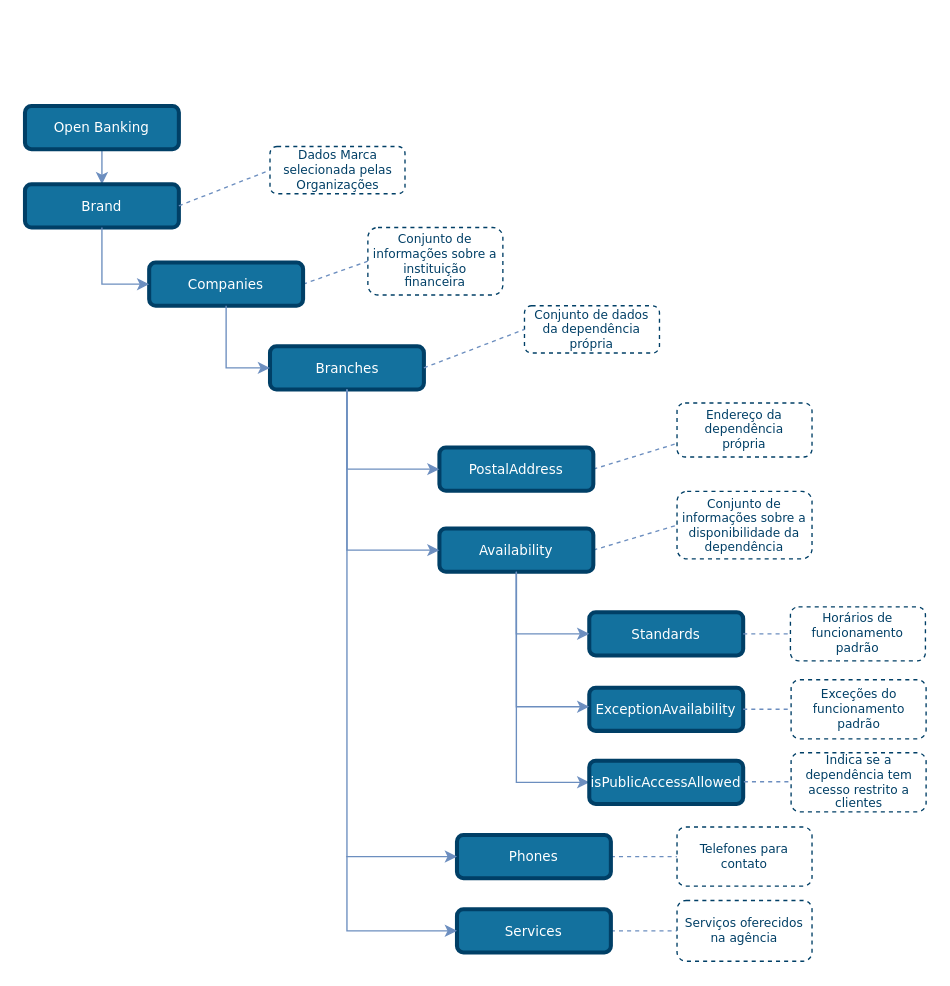
OpenBanking-Brasil/areadesenvolvedor keeps this draw.io diagram as draw_io_diagrams/TLD_Branches_v1.drawio. Above is the earlier version. Source tidied: cells renumbered, new cells numbered last; positions are measured from the earlier drawing's top-left corner, leaving out a move shared by most shapes. Both pictures are drawn from the tidied source at 135%, with x=0, y=0 at pixel (24, 105).
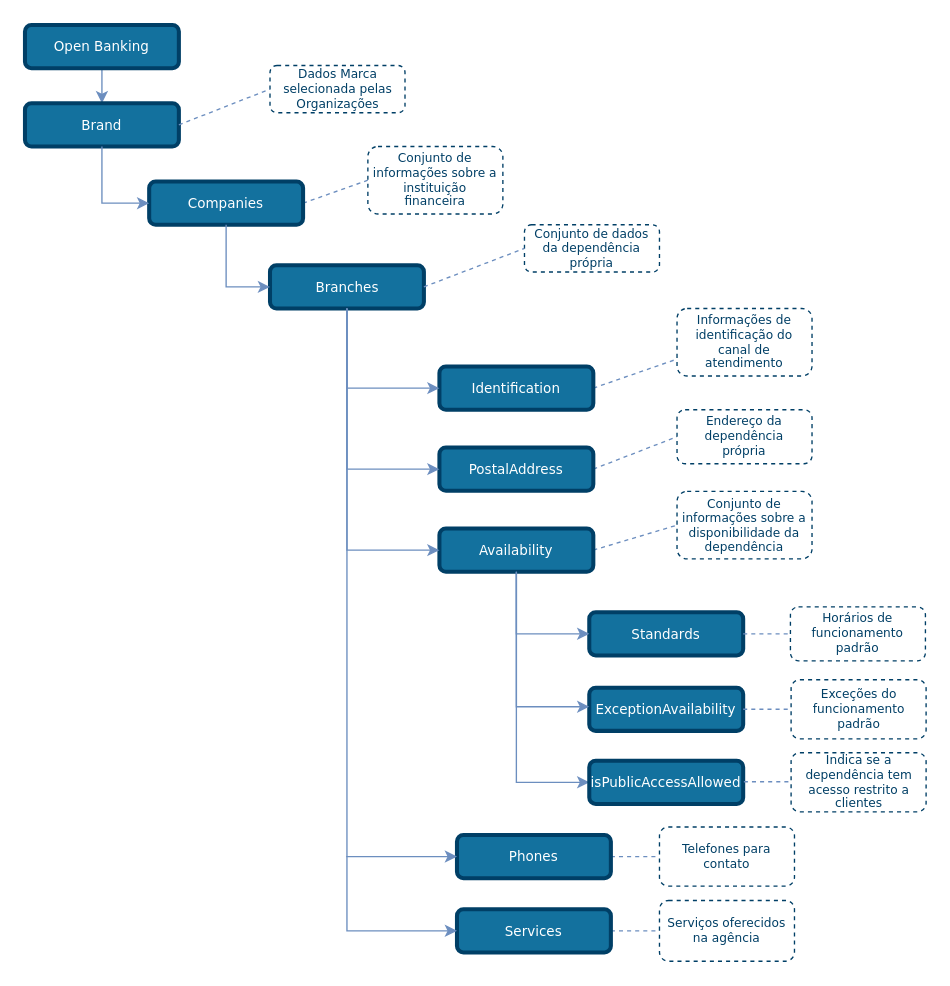
The same diagram, later.

Commit message (it also covers changes not shown here):
FEBRABANSD-312 - Branches - Update diagram

Unchanged cells that the change refers to:
```xml
<mxCell id="14" value="PostalAddress" style="rounded=1;comic=0;shadow=0;backgroundOutline=0;snapToPoint=0;fixDash=0;strokeWidth=3;fontFamily=Verdana;fontStyle=0;labelBorderColor=none;labelBackgroundColor=none;whiteSpace=wrap;html=1;fontSize=10;fillColor=#13719E;strokeColor=#003F66;fontColor=#ffffff;" parent="1" vertex="1">
  <mxGeometry x="307" y="253" width="114" height="32" as="geometry" />
</mxCell>
```

The edit, as a diff of the source:
```diff
@@
     <mxCell id="2" style="edgeStyle=orthogonalEdgeStyle;rounded=0;jettySize=auto;html=1;exitX=0.5;exitY=1;exitDx=0;exitDy=0;entryX=0.5;entryY=0;entryDx=0;entryDy=0;endSize=6;fillColor=#dae8fc;strokeColor=#6c8ebf;comic=0;shadow=0;backgroundOutline=0;snapToPoint=0;fixDash=0;endArrow=classic;endFill=1;" parent="1" edge="1" source="3" target="26">
       <mxGeometry relative="1" as="geometry">
         <Array as="points">
-          <mxPoint x="57" y="30" />
-          <mxPoint x="57" y="55" />
+          <mxPoint x="57" y="-30" />
+          <mxPoint x="57" y="-5" />
         </Array>
       </mxGeometry>
     </mxCell>
     <mxCell id="3" value="Open Banking" style="rounded=1;whiteSpace=wrap;html=1;comic=0;shadow=0;backgroundOutline=0;snapToPoint=0;fixDash=0;strokeWidth=3;fontFamily=Verdana;fontStyle=0;labelBackgroundColor=none;labelBorderColor=none;fontSize=10;fillColor=#13719E;strokeColor=#003F66;fontColor=#ffffff;" parent="1" vertex="1">
-      <mxGeometry width="114" height="32" as="geometry" />
+      <mxGeometry y="-60" width="114" height="32" as="geometry" />
     </mxCell>
@@
     <mxCell id="7" value="&lt;font style=&quot;font-size: 9px&quot;&gt;Conjunto de informações sobre a instituição financeira&lt;/font&gt;" style="rounded=1;whiteSpace=wrap;html=1;shadow=0;comic=0;strokeColor=#003F66;strokeWidth=1;fillColor=#ffffff;gradientColor=#ffffff;fontFamily=Verdana;fontSize=9;fontColor=#003F66;dashed=1;spacingLeft=5;spacing=0;spacingRight=5;spacingBottom=5;spacingTop=5;align=center;verticalAlign=middle;" parent="1" vertex="1">
-      <mxGeometry x="254" y="90" width="100" height="50" as="geometry" />
+      <mxGeometry x="254" y="30" width="100" height="50" as="geometry" />
     </mxCell>
     <mxCell id="8" value="Branches" style="rounded=1;whiteSpace=wrap;html=1;comic=0;shadow=0;backgroundOutline=0;snapToPoint=0;fixDash=0;strokeWidth=3;fontFamily=Verdana;fontStyle=0;labelBackgroundColor=none;labelBorderColor=none;fontSize=10;fillColor=#13719E;strokeColor=#003F66;fontColor=#ffffff;" parent="1" vertex="1">
-      <mxGeometry x="181.5" y="178" width="114" height="32" as="geometry" />
+      <mxGeometry x="181.5" y="118" width="114" height="32" as="geometry" />
     </mxCell>
     <mxCell id="9" value="Companies" style="rounded=1;whiteSpace=wrap;html=1;comic=0;shadow=0;backgroundOutline=0;snapToPoint=0;fixDash=0;strokeWidth=3;fontFamily=Verdana;fontStyle=0;labelBackgroundColor=none;labelBorderColor=none;fontSize=10;fillColor=#13719E;strokeColor=#003F66;fontColor=#ffffff;" parent="1" vertex="1">
-      <mxGeometry x="92" y="116" width="114" height="32" as="geometry" />
+      <mxGeometry x="92" y="56" width="114" height="32" as="geometry" />
     </mxCell>
@@
-    <mxCell id="13" style="rounded=1;jettySize=auto;html=1;exitX=1;exitY=0.5;exitDx=0;exitDy=0;entryX=0;entryY=0.75;entryDx=0;entryDy=0;endArrow=none;endFill=0;endSize=6;strokeColor=#6C8EBF;dashed=1;" parent="1" edge="1" source="14" target="15">
+    <mxCell id="13" style="rounded=1;jettySize=auto;html=1;exitX=1;exitY=0.5;exitDx=0;exitDy=0;entryX=0;entryY=0.5;entryDx=0;entryDy=0;endArrow=none;endFill=0;endSize=6;strokeColor=#6C8EBF;dashed=1;" parent="1" edge="1" source="14" target="15">
       <mxGeometry relative="1" as="geometry" />
     </mxCell>
@@
     <mxCell id="15" value="&lt;font style=&quot;font-size: 9px&quot;&gt;Endereço&lt;/font&gt;&amp;nbsp;da dependência própria" style="rounded=1;whiteSpace=wrap;html=1;shadow=0;comic=0;strokeColor=#003F66;strokeWidth=1;fillColor=#ffffff;gradientColor=#ffffff;fontFamily=Verdana;fontSize=9;fontColor=#003F66;dashed=1;spacingLeft=5;spacing=0;spacingRight=5;spacingBottom=5;spacingTop=5;align=center;verticalAlign=middle;" parent="1" vertex="1">
-      <mxGeometry x="483" y="220" width="100" height="40" as="geometry" />
+      <mxGeometry x="483" y="225" width="100" height="40" as="geometry" />
     </mxCell>
@@
     <mxCell id="17" value="&lt;font style=&quot;font-size: 9px&quot;&gt;Serviços oferecidos na agência&lt;/font&gt;" style="rounded=1;whiteSpace=wrap;html=1;shadow=0;comic=0;strokeColor=#003F66;strokeWidth=1;fillColor=#ffffff;gradientColor=#ffffff;fontFamily=Verdana;fontSize=9;fontColor=#003F66;dashed=1;spacingLeft=5;spacing=0;spacingRight=5;spacingBottom=5;spacingTop=5;align=center;verticalAlign=middle;" parent="1" vertex="1">
-      <mxGeometry x="483" y="588.5" width="100" height="45" as="geometry" />
+      <mxGeometry x="470" y="588.5" width="100" height="45" as="geometry" />
     </mxCell>
@@
     <mxCell id="24" value="Telefones para contato" style="rounded=1;whiteSpace=wrap;html=1;shadow=0;comic=0;strokeColor=#003F66;strokeWidth=1;fillColor=#ffffff;gradientColor=#ffffff;fontFamily=Verdana;fontSize=9;fontColor=#003F66;dashed=1;spacingLeft=5;spacing=0;spacingRight=5;spacingBottom=5;spacingTop=5;align=center;verticalAlign=middle;" parent="1" vertex="1">
-      <mxGeometry x="483" y="534.1" width="100" height="43.8" as="geometry" />
+      <mxGeometry x="470" y="534.1" width="100" height="43.8" as="geometry" />
     </mxCell>
@@
     <mxCell id="26" value="Brand" style="rounded=1;whiteSpace=wrap;html=1;comic=0;shadow=0;backgroundOutline=0;snapToPoint=0;fixDash=0;strokeWidth=3;fontFamily=Verdana;fontStyle=0;labelBackgroundColor=none;labelBorderColor=none;fontSize=10;fillColor=#13719E;strokeColor=#003F66;fontColor=#ffffff;" parent="1" vertex="1">
-      <mxGeometry y="58" width="114" height="32" as="geometry" />
+      <mxGeometry y="-2" width="114" height="32" as="geometry" />
     </mxCell>
     <mxCell id="27" value="Dados Marca selecionada pelas Organizações" style="rounded=1;whiteSpace=wrap;html=1;shadow=0;comic=0;strokeColor=#003F66;strokeWidth=1;fillColor=#ffffff;gradientColor=#ffffff;fontFamily=Verdana;fontSize=9;fontColor=#003F66;dashed=1;spacingLeft=5;spacing=0;spacingRight=5;spacingBottom=5;spacingTop=5;align=center;verticalAlign=middle;" parent="1" vertex="1">
-      <mxGeometry x="181.5" y="30" width="100" height="35" as="geometry" />
+      <mxGeometry x="181.5" y="-30" width="100" height="35" as="geometry" />
     </mxCell>
@@
     <mxCell id="36" value="&lt;font style=&quot;font-size: 9px&quot;&gt;Conjunto de dados da dependência própria&lt;/font&gt;" style="rounded=1;whiteSpace=wrap;html=1;shadow=0;comic=0;strokeColor=#003F66;strokeWidth=1;fillColor=#ffffff;gradientColor=#ffffff;fontFamily=Verdana;fontSize=9;fontColor=#003F66;dashed=1;spacingLeft=5;spacing=0;spacingRight=5;spacingBottom=5;spacingTop=5;align=center;verticalAlign=middle;" parent="1" vertex="1">
-      <mxGeometry x="370" y="148" width="100" height="35" as="geometry" />
+      <mxGeometry x="370" y="88" width="100" height="35" as="geometry" />
     </mxCell>
@@
+    <mxCell id="43" style="rounded=1;jettySize=auto;html=1;exitX=1;exitY=0.5;exitDx=0;exitDy=0;entryX=0;entryY=0.75;entryDx=0;entryDy=0;endArrow=none;endFill=0;endSize=6;strokeColor=#6C8EBF;dashed=1;" parent="1" edge="1" source="44" target="45">
+      <mxGeometry relative="1" as="geometry" />
+    </mxCell>
+    <mxCell id="44" value="Identification" style="rounded=1;comic=0;shadow=0;backgroundOutline=0;snapToPoint=0;fixDash=0;strokeWidth=3;fontFamily=Verdana;fontStyle=0;labelBorderColor=none;labelBackgroundColor=none;whiteSpace=wrap;html=1;fontSize=10;fillColor=#13719E;strokeColor=#003F66;fontColor=#ffffff;" parent="1" vertex="1">
+      <mxGeometry x="307" y="193" width="114" height="32" as="geometry" />
+    </mxCell>
+    <mxCell id="45" value="Informações de identificação do canal de atendimento" style="rounded=1;whiteSpace=wrap;html=1;shadow=0;comic=0;strokeColor=#003F66;strokeWidth=1;fillColor=#ffffff;gradientColor=#ffffff;fontFamily=Verdana;fontSize=9;fontColor=#003F66;dashed=1;spacingLeft=5;spacing=0;spacingRight=5;spacingBottom=5;spacingTop=5;align=center;verticalAlign=middle;" parent="1" vertex="1">
+      <mxGeometry x="483" y="150" width="100" height="50" as="geometry" />
+    </mxCell>
+    <mxCell id="46" style="edgeStyle=orthogonalEdgeStyle;rounded=0;jettySize=auto;html=1;exitX=0.5;exitY=1;exitDx=0;exitDy=0;entryX=0;entryY=0.5;entryDx=0;entryDy=0;strokeColor=#6C8EBF;endArrow=classic;endFill=1;" parent="1" edge="1" source="8" target="44">
+      <mxGeometry relative="1" as="geometry" />
+    </mxCell>
```
